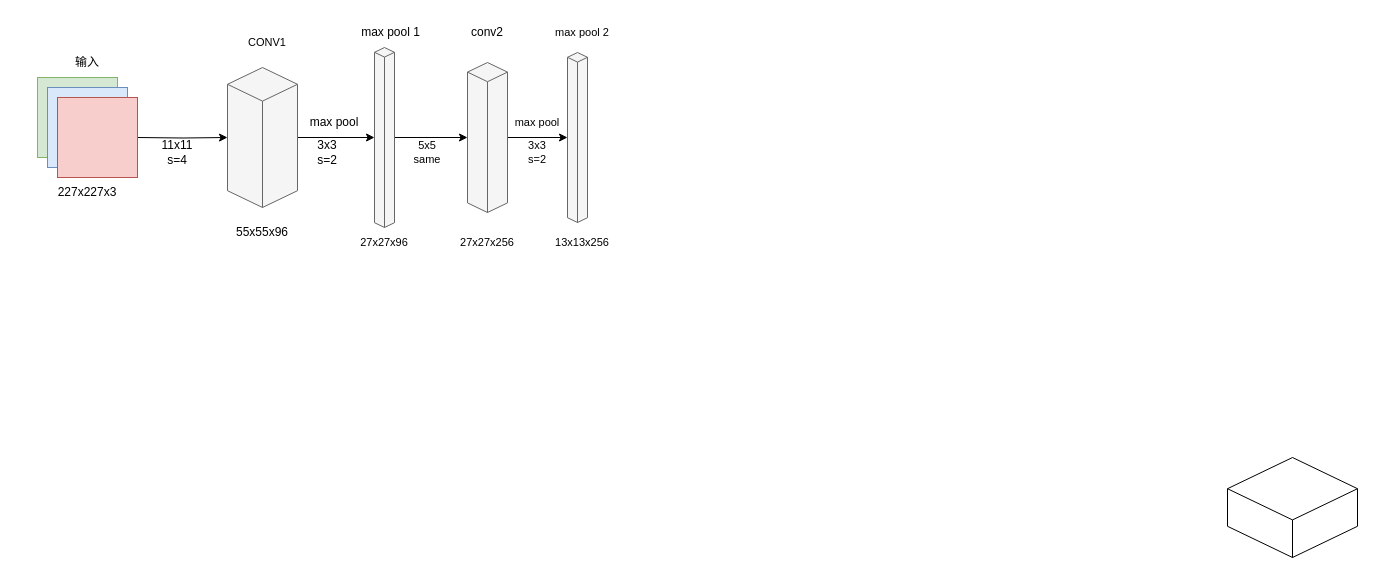
This is alexnet.drawio from PTRRT/basic_template, a draw.io file, before an edit. Source tidied: cells renumbered, new cells numbered last; positions are measured from the earlier drawing's top-left corner, leaving out a move shared by most shapes. Both pictures are drawn from the tidied source at 100%, with x=0, y=0 at pixel (37, 17).
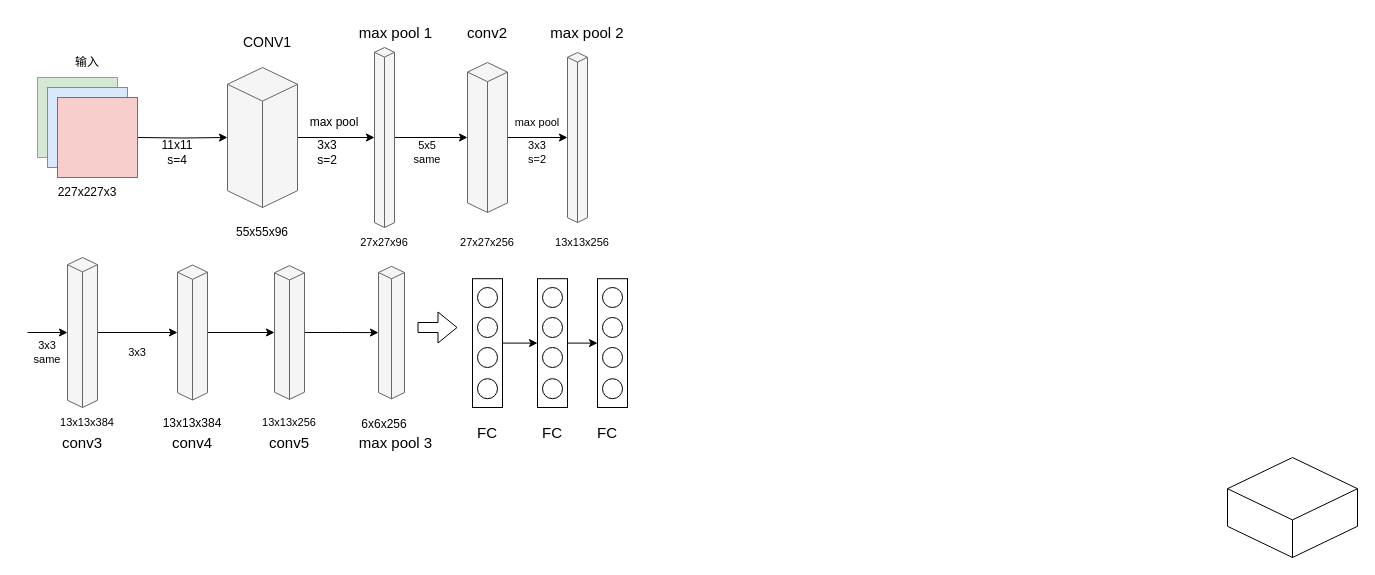
Above is the later version.

Diff of the diagram source:
```diff
@@
-    <mxCell id="16" value="&lt;font style=&quot;font-size: 11px&quot;&gt;CONV1&lt;/font&gt;" style="text;html=1;strokeColor=none;fillColor=none;align=center;verticalAlign=middle;whiteSpace=wrap;rounded=0;" parent="1" vertex="1">
+    <mxCell id="16" value="&lt;font style=&quot;font-size: 14px&quot;&gt;CONV1&lt;/font&gt;" style="text;html=1;strokeColor=none;fillColor=none;align=center;verticalAlign=middle;whiteSpace=wrap;rounded=0;" parent="1" vertex="1">
       <mxGeometry x="200" y="10" width="60" height="30" as="geometry" />
     </mxCell>
@@
-    <mxCell id="19" value="max pool 1" style="text;html=1;strokeColor=none;fillColor=none;align=center;verticalAlign=middle;whiteSpace=wrap;rounded=0;" parent="1" vertex="1">
-      <mxGeometry x="317" width="73" height="30" as="geometry" />
+    <mxCell id="19" value="&lt;font style=&quot;font-size: 15px&quot;&gt;max pool 1&lt;/font&gt;" style="text;html=1;strokeColor=none;fillColor=none;align=center;verticalAlign=middle;whiteSpace=wrap;rounded=0;" parent="1" vertex="1">
+      <mxGeometry x="317" width="83" height="30" as="geometry" />
     </mxCell>
@@
-    <mxCell id="22" value="conv2" style="text;html=1;strokeColor=none;fillColor=none;align=center;verticalAlign=middle;whiteSpace=wrap;rounded=0;" parent="1" vertex="1">
+    <mxCell id="22" value="&lt;font style=&quot;font-size: 15px&quot;&gt;conv2&lt;/font&gt;" style="text;html=1;strokeColor=none;fillColor=none;align=center;verticalAlign=middle;whiteSpace=wrap;rounded=0;" parent="1" vertex="1">
       <mxGeometry x="420" width="60" height="30" as="geometry" />
     </mxCell>
@@
-    <mxCell id="29" value="max pool 2" style="text;html=1;strokeColor=none;fillColor=none;align=center;verticalAlign=middle;whiteSpace=wrap;rounded=0;fontSize=11;" parent="1" vertex="1">
-      <mxGeometry x="510" width="70" height="30" as="geometry" />
+    <mxCell id="29" value="&lt;font style=&quot;font-size: 15px&quot;&gt;max pool 2&lt;/font&gt;" style="text;html=1;strokeColor=none;fillColor=none;align=center;verticalAlign=middle;whiteSpace=wrap;rounded=0;fontSize=11;" parent="1" vertex="1">
+      <mxGeometry x="510" width="80" height="30" as="geometry" />
     </mxCell>
@@
+    <mxCell id="31" style="edgeStyle=orthogonalEdgeStyle;rounded=0;jettySize=auto;html=1;fontSize=11;" parent="1" edge="1" source="32" target="37">
+      <mxGeometry relative="1" as="geometry" />
+    </mxCell>
+    <mxCell id="32" style="html=1;whiteSpace=wrap;shape=isoCube2;backgroundOutline=1;isoAngle=15;fontSize=11;fillColor=#f5f5f5;fontColor=#333333;strokeColor=#666666;" parent="1" vertex="1">
+      <mxGeometry x="30" y="240" width="30" height="150" as="geometry" />
+    </mxCell>
+    <mxCell id="33" style="endArrow=classic;html=1;rounded=0;fontSize=11;entryX=0;entryY=0.5;entryDx=0;entryDy=0;entryPerimeter=0;" parent="1" edge="1" target="32">
+      <mxGeometry relative="1" as="geometry">
+        <mxPoint x="-10" y="315" as="sourcePoint" />
+      </mxGeometry>
+    </mxCell>
+    <mxCell id="34" value="3x3&lt;br&gt;same" style="text;html=1;strokeColor=none;fillColor=none;align=center;verticalAlign=middle;whiteSpace=wrap;rounded=0;fontSize=11;" parent="1" vertex="1">
+      <mxGeometry x="-20" y="320" width="60" height="30" as="geometry" />
+    </mxCell>
+    <mxCell id="35" value="13x13x384" style="text;html=1;strokeColor=none;fillColor=none;align=center;verticalAlign=middle;whiteSpace=wrap;rounded=0;fontSize=11;" parent="1" vertex="1">
+      <mxGeometry x="20" y="390" width="60" height="30" as="geometry" />
+    </mxCell>
+    <mxCell id="36" style="edgeStyle=orthogonalEdgeStyle;rounded=0;jettySize=auto;html=1;fontSize=11;" parent="1" edge="1" source="37" target="40">
+      <mxGeometry relative="1" as="geometry" />
+    </mxCell>
+    <mxCell id="37" style="html=1;whiteSpace=wrap;shape=isoCube2;backgroundOutline=1;isoAngle=15;fontSize=11;fillColor=#f5f5f5;fontColor=#333333;strokeColor=#666666;" parent="1" vertex="1">
+      <mxGeometry x="140" y="247.5" width="30" height="135" as="geometry" />
+    </mxCell>
+    <mxCell id="38" value="3x3" style="text;html=1;strokeColor=none;fillColor=none;align=center;verticalAlign=middle;whiteSpace=wrap;rounded=0;fontSize=11;" parent="1" vertex="1">
+      <mxGeometry x="70" y="320" width="60" height="30" as="geometry" />
+    </mxCell>
+    <mxCell id="39" style="edgeStyle=orthogonalEdgeStyle;rounded=0;jettySize=auto;html=1;fontSize=11;" parent="1" edge="1" source="40" target="41">
+      <mxGeometry relative="1" as="geometry" />
+    </mxCell>
+    <mxCell id="40" style="html=1;whiteSpace=wrap;shape=isoCube2;backgroundOutline=1;isoAngle=15;fontSize=11;fillColor=#f5f5f5;fontColor=#333333;strokeColor=#666666;" parent="1" vertex="1">
+      <mxGeometry x="237" y="248.1" width="30" height="133.8" as="geometry" />
+    </mxCell>
+    <mxCell id="41" style="html=1;whiteSpace=wrap;shape=isoCube2;backgroundOutline=1;isoAngle=15;fontSize=11;fillColor=#f5f5f5;fontColor=#333333;strokeColor=#666666;" parent="1" vertex="1">
+      <mxGeometry x="341" y="248.8" width="26" height="132.5" as="geometry" />
+    </mxCell>
+    <mxCell id="42" value="13x13x256" style="text;html=1;strokeColor=none;fillColor=none;align=center;verticalAlign=middle;whiteSpace=wrap;rounded=0;fontSize=11;" parent="1" vertex="1">
+      <mxGeometry x="222" y="390" width="60" height="30" as="geometry" />
+    </mxCell>
+    <mxCell id="43" value="&lt;font style=&quot;font-size: 15px&quot;&gt;conv3&lt;/font&gt;" style="text;html=1;strokeColor=none;fillColor=none;align=center;verticalAlign=middle;whiteSpace=wrap;rounded=0;fontSize=11;" parent="1" vertex="1">
+      <mxGeometry x="15" y="410" width="60" height="30" as="geometry" />
+    </mxCell>
+    <mxCell id="44" value="&lt;font style=&quot;font-size: 15px&quot;&gt;conv4&lt;/font&gt;" style="text;html=1;strokeColor=none;fillColor=none;align=center;verticalAlign=middle;whiteSpace=wrap;rounded=0;fontSize=11;" parent="1" vertex="1">
+      <mxGeometry x="125" y="410" width="60" height="30" as="geometry" />
+    </mxCell>
+    <mxCell id="45" value="&lt;font style=&quot;font-size: 15px&quot;&gt;conv5&lt;/font&gt;" style="text;html=1;strokeColor=none;fillColor=none;align=center;verticalAlign=middle;whiteSpace=wrap;rounded=0;fontSize=11;" parent="1" vertex="1">
+      <mxGeometry x="222" y="410" width="60" height="30" as="geometry" />
+    </mxCell>
+    <mxCell id="46" value="&lt;font style=&quot;font-size: 12px&quot;&gt;13x13x384&lt;/font&gt;" style="text;html=1;strokeColor=none;fillColor=none;align=center;verticalAlign=middle;whiteSpace=wrap;rounded=0;fontSize=14;" parent="1" vertex="1">
+      <mxGeometry x="125" y="390" width="60" height="30" as="geometry" />
+    </mxCell>
+    <mxCell id="47" value="&lt;font style=&quot;font-size: 12px&quot;&gt;6x6x256&lt;/font&gt;" style="text;html=1;strokeColor=none;fillColor=none;align=center;verticalAlign=middle;whiteSpace=wrap;rounded=0;fontSize=15;" parent="1" vertex="1">
+      <mxGeometry x="317" y="390" width="60" height="30" as="geometry" />
+    </mxCell>
+    <mxCell id="48" value="&lt;font style=&quot;font-size: 15px&quot;&gt;max pool 3&lt;/font&gt;" style="text;html=1;strokeColor=none;fillColor=none;align=center;verticalAlign=middle;whiteSpace=wrap;rounded=0;fontSize=12;" parent="1" vertex="1">
+      <mxGeometry x="317" y="410" width="83" height="30" as="geometry" />
+    </mxCell>
+    <mxCell id="49" style="shape=flexArrow;endArrow=classic;html=1;rounded=0;fontSize=15;" parent="1" edge="1">
+      <mxGeometry relative="1" as="geometry">
+        <mxPoint x="380" y="310" as="sourcePoint" />
+        <mxPoint x="420" y="310" as="targetPoint" />
+      </mxGeometry>
+    </mxCell>
+    <mxCell id="50" style="group;" parent="1" vertex="1">
+      <mxGeometry x="435" y="261.2" width="30" height="128.8" as="geometry" />
+    </mxCell>
+    <mxCell id="51" style="rounded=0;whiteSpace=wrap;html=1;fontSize=15;gradientColor=none;" parent="50" vertex="1">
+      <mxGeometry width="30" height="128.8" as="geometry" />
+    </mxCell>
+    <mxCell id="52" style="ellipse;whiteSpace=wrap;html=1;fontSize=15;gradientColor=none;" parent="50" vertex="1">
+      <mxGeometry x="5" y="8.8" width="20" height="20" as="geometry" />
+    </mxCell>
+    <mxCell id="53" style="ellipse;whiteSpace=wrap;html=1;fontSize=15;gradientColor=none;" parent="50" vertex="1">
+      <mxGeometry x="5" y="38.8" width="20" height="20" as="geometry" />
+    </mxCell>
+    <mxCell id="54" style="ellipse;whiteSpace=wrap;html=1;fontSize=15;gradientColor=none;" parent="50" vertex="1">
+      <mxGeometry x="5" y="100" width="20" height="20" as="geometry" />
+    </mxCell>
+    <mxCell id="55" style="ellipse;whiteSpace=wrap;html=1;fontSize=15;gradientColor=none;" parent="50" vertex="1">
+      <mxGeometry x="5" y="68.8" width="20" height="20" as="geometry" />
+    </mxCell>
+    <mxCell id="56" style="group;" parent="1" vertex="1">
+      <mxGeometry x="500" y="261.2" width="30" height="128.8" as="geometry" />
+    </mxCell>
+    <mxCell id="57" style="rounded=0;whiteSpace=wrap;html=1;fontSize=15;gradientColor=none;" parent="56" vertex="1">
+      <mxGeometry width="30" height="128.8" as="geometry" />
+    </mxCell>
+    <mxCell id="58" style="ellipse;whiteSpace=wrap;html=1;fontSize=15;gradientColor=none;" parent="56" vertex="1">
+      <mxGeometry x="5" y="8.8" width="20" height="20" as="geometry" />
+    </mxCell>
+    <mxCell id="59" style="ellipse;whiteSpace=wrap;html=1;fontSize=15;gradientColor=none;" parent="56" vertex="1">
+      <mxGeometry x="5" y="38.8" width="20" height="20" as="geometry" />
+    </mxCell>
+    <mxCell id="60" style="ellipse;whiteSpace=wrap;html=1;fontSize=15;gradientColor=none;" parent="56" vertex="1">
+      <mxGeometry x="5" y="100" width="20" height="20" as="geometry" />
+    </mxCell>
+    <mxCell id="61" style="ellipse;whiteSpace=wrap;html=1;fontSize=15;gradientColor=none;" parent="56" vertex="1">
+      <mxGeometry x="5" y="68.8" width="20" height="20" as="geometry" />
+    </mxCell>
+    <mxCell id="62" style="group;" parent="1" vertex="1">
+      <mxGeometry x="560" y="261.2" width="30" height="128.8" as="geometry" />
+    </mxCell>
+    <mxCell id="63" style="rounded=0;whiteSpace=wrap;html=1;fontSize=15;gradientColor=none;" parent="62" vertex="1">
+      <mxGeometry width="30" height="128.8" as="geometry" />
+    </mxCell>
+    <mxCell id="64" style="ellipse;whiteSpace=wrap;html=1;fontSize=15;gradientColor=none;" parent="62" vertex="1">
+      <mxGeometry x="5" y="8.8" width="20" height="20" as="geometry" />
+    </mxCell>
+    <mxCell id="65" style="ellipse;whiteSpace=wrap;html=1;fontSize=15;gradientColor=none;" parent="62" vertex="1">
+      <mxGeometry x="5" y="38.8" width="20" height="20" as="geometry" />
+    </mxCell>
+    <mxCell id="66" style="ellipse;whiteSpace=wrap;html=1;fontSize=15;gradientColor=none;" parent="62" vertex="1">
+      <mxGeometry x="5" y="100" width="20" height="20" as="geometry" />
+    </mxCell>
+    <mxCell id="67" style="ellipse;whiteSpace=wrap;html=1;fontSize=15;gradientColor=none;" parent="62" vertex="1">
+      <mxGeometry x="5" y="68.8" width="20" height="20" as="geometry" />
+    </mxCell>
+    <mxCell id="68" style="endArrow=classic;html=1;rounded=0;fontSize=15;entryX=0;entryY=0.5;entryDx=0;entryDy=0;exitX=1;exitY=0.5;exitDx=0;exitDy=0;" parent="1" edge="1" source="51" target="57">
+      <mxGeometry relative="1" as="geometry" />
+    </mxCell>
+    <mxCell id="69" style="endArrow=classic;html=1;rounded=0;fontSize=15;entryX=0;entryY=0.5;entryDx=0;entryDy=0;exitX=1;exitY=0.5;exitDx=0;exitDy=0;" parent="1" edge="1" source="57" target="63">
+      <mxGeometry relative="1" as="geometry" />
+    </mxCell>
+    <mxCell id="70" value="&lt;font style=&quot;font-size: 15px&quot;&gt;FC&lt;/font&gt;" style="text;html=1;strokeColor=none;fillColor=none;align=center;verticalAlign=middle;whiteSpace=wrap;rounded=0;fontSize=15;" parent="1" vertex="1">
+      <mxGeometry x="420" y="400" width="60" height="30" as="geometry" />
+    </mxCell>
+    <mxCell id="71" value="&lt;font style=&quot;font-size: 15px&quot;&gt;FC&lt;/font&gt;" style="text;html=1;strokeColor=none;fillColor=none;align=center;verticalAlign=middle;whiteSpace=wrap;rounded=0;fontSize=15;" parent="1" vertex="1">
+      <mxGeometry x="485" y="400" width="60" height="30" as="geometry" />
+    </mxCell>
+    <mxCell id="72" value="&lt;font style=&quot;font-size: 15px&quot;&gt;FC&lt;/font&gt;" style="text;html=1;strokeColor=none;fillColor=none;align=center;verticalAlign=middle;whiteSpace=wrap;rounded=0;fontSize=15;" parent="1" vertex="1">
+      <mxGeometry x="540" y="400" width="60" height="30" as="geometry" />
+    </mxCell>
```
